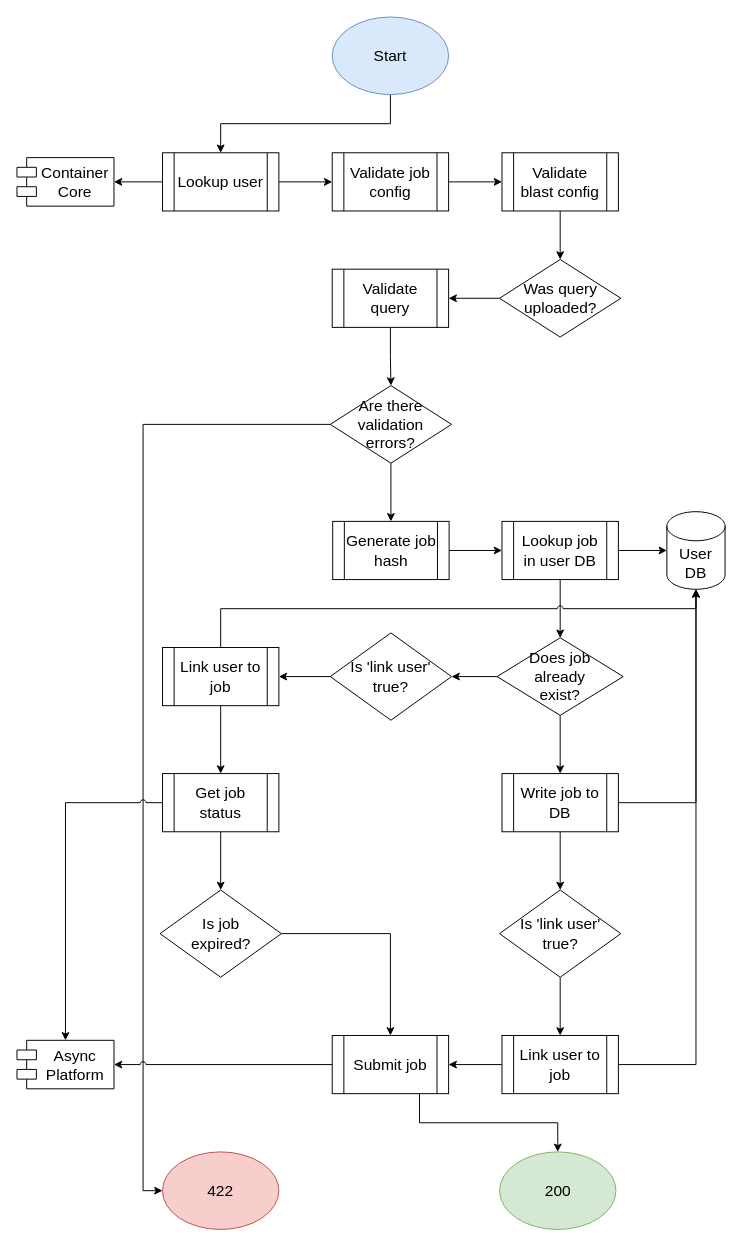
This is docs/design/2.0/graphs/draw.io/create-query-job.drawio from VEuPathDB/service-multi-blast, a draw.io file, before an edit. Source tidied: cells renumbered, new cells numbered last; positions are measured from the earlier drawing's top-left corner, leaving out a move shared by most shapes. Both pictures are drawn from the tidied source at 97%, with x=0, y=0 at pixel (16, 16).
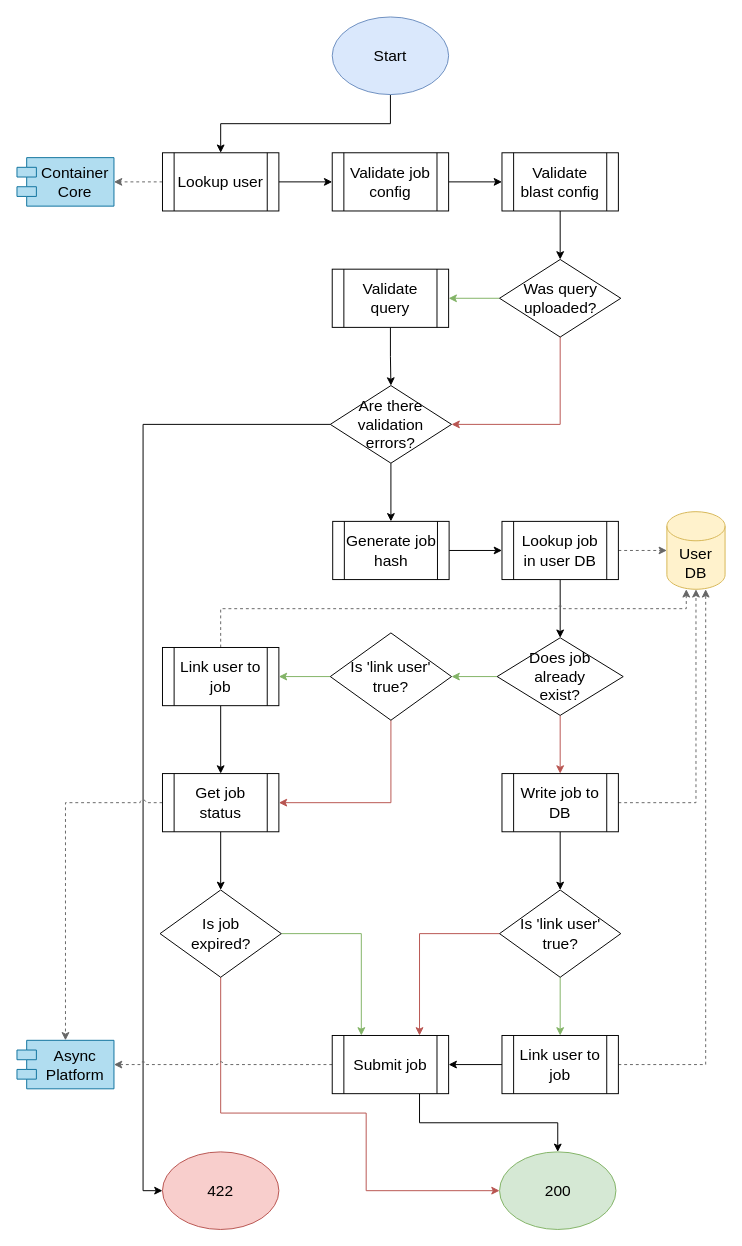
Above is the later version.

Unchanged cells that the change refers to:
```xml
<mxCell id="7" value="Lookup user" style="shape=process;whiteSpace=wrap;html=1;backgroundOutline=1;fontSize=16;" parent="1" vertex="1">
  <mxGeometry x="150" y="140" width="120" height="60" as="geometry" />
</mxCell>
<mxCell id="13" value="Was query uploaded?" style="rhombus;whiteSpace=wrap;html=1;fontSize=16;" parent="1" vertex="1">
  <mxGeometry x="497.5" y="250" width="125" height="80" as="geometry" />
</mxCell>
<mxCell id="15" value="Validate&lt;br&gt;query" style="shape=process;whiteSpace=wrap;html=1;backgroundOutline=1;fontSize=16;" parent="1" vertex="1">
  <mxGeometry x="325" y="260" width="120" height="60" as="geometry" />
</mxCell>
<mxCell id="17" value="Are there validation&lt;br&gt;errors?" style="rhombus;whiteSpace=wrap;html=1;fontSize=16;" parent="1" vertex="1">
  <mxGeometry x="323" y="380" width="125" height="80" as="geometry" />
</mxCell>
<mxCell id="22" value="Lookup job in user DB" style="shape=process;whiteSpace=wrap;html=1;backgroundOutline=1;fontSize=16;" parent="1" vertex="1">
  <mxGeometry x="500" y="520" width="120" height="60" as="geometry" />
</mxCell>
<mxCell id="25" value="Is 'link user' true?" style="rhombus;whiteSpace=wrap;html=1;fontSize=16;" parent="1" vertex="1">
  <mxGeometry x="323" y="635" width="125" height="90" as="geometry" />
</mxCell>
<mxCell id="28" value="Does job&lt;br&gt;already&lt;br&gt;exist?" style="rhombus;whiteSpace=wrap;html=1;fontSize=16;" parent="1" vertex="1">
  <mxGeometry x="495" y="640" width="130" height="80" as="geometry" />
</mxCell>
<mxCell id="31" value="Link user to job" style="shape=process;whiteSpace=wrap;html=1;backgroundOutline=1;fontSize=16;" parent="1" vertex="1">
  <mxGeometry x="150" y="650" width="120" height="60" as="geometry" />
</mxCell>
<mxCell id="34" value="Get job status" style="shape=process;whiteSpace=wrap;html=1;backgroundOutline=1;fontSize=16;" parent="1" vertex="1">
  <mxGeometry x="150" y="780" width="120" height="60" as="geometry" />
</mxCell>
<mxCell id="36" value="Is job&lt;br&gt;expired?" style="rhombus;whiteSpace=wrap;html=1;fontSize=16;" parent="1" vertex="1">
  <mxGeometry x="147.5" y="900" width="125" height="90" as="geometry" />
</mxCell>
<mxCell id="39" value="Write job to DB" style="shape=process;whiteSpace=wrap;html=1;backgroundOutline=1;fontSize=16;" parent="1" vertex="1">
  <mxGeometry x="500" y="780" width="120" height="60" as="geometry" />
</mxCell>
<mxCell id="41" value="Is 'link user' true?" style="rhombus;whiteSpace=wrap;html=1;fontSize=16;" parent="1" vertex="1">
  <mxGeometry x="497.5" y="900" width="125" height="90" as="geometry" />
</mxCell>
<mxCell id="44" value="Link user to job" style="shape=process;whiteSpace=wrap;html=1;backgroundOutline=1;fontSize=16;" parent="1" vertex="1">
  <mxGeometry x="500" y="1050" width="120" height="60" as="geometry" />
</mxCell>
<mxCell id="47" value="Submit job" style="shape=process;whiteSpace=wrap;html=1;backgroundOutline=1;fontSize=16;" parent="1" vertex="1">
  <mxGeometry x="325" y="1050" width="120" height="60" as="geometry" />
</mxCell>
<mxCell id="51" value="200" style="ellipse;whiteSpace=wrap;html=1;fontSize=16;fillColor=#d5e8d4;strokeColor=#82b366;" parent="1" vertex="1">
  <mxGeometry x="497.5" y="1170" width="120" height="80" as="geometry" />
</mxCell>
```

Diff of the diagram source:
```diff
@@
-    <mxCell id="6" style="edgeStyle=orthogonalEdgeStyle;rounded=0;jumpStyle=arc;jettySize=auto;html=1;exitX=0;exitY=0.5;exitDx=0;exitDy=0;entryX=1;entryY=0.5;entryDx=0;entryDy=0;fontSize=16;" parent="1" edge="1" source="7" target="48">
+    <mxCell id="6" style="edgeStyle=orthogonalEdgeStyle;rounded=0;jumpStyle=arc;jettySize=auto;html=1;exitX=0;exitY=0.5;exitDx=0;exitDy=0;entryX=1;entryY=0.5;entryDx=0;entryDy=0;fontSize=16;fillColor=#f5f5f5;strokeColor=#666666;dashed=1;" parent="1" edge="1" source="7" target="48">
       <mxGeometry relative="1" as="geometry" />
     </mxCell>
@@
-    <mxCell id="12" style="edgeStyle=orthogonalEdgeStyle;rounded=0;jettySize=auto;html=1;entryX=1;entryY=0.5;entryDx=0;entryDy=0;fontSize=16;" parent="1" edge="1" source="13" target="15">
+    <mxCell id="12" style="edgeStyle=orthogonalEdgeStyle;rounded=0;jettySize=auto;html=1;entryX=1;entryY=0.5;entryDx=0;entryDy=0;fontSize=16;fillColor=#d5e8d4;strokeColor=#82b366;" parent="1" edge="1" source="13" target="15">
       <mxGeometry relative="1" as="geometry" />
     </mxCell>
+    <mxCell id="52" style="edgeStyle=orthogonalEdgeStyle;rounded=0;jettySize=auto;html=1;entryX=1;entryY=0.5;entryDx=0;entryDy=0;fontSize=12;fillColor=#f8cecc;strokeColor=#b85450;" parent="1" edge="1" source="13" target="17">
+      <mxGeometry relative="1" as="geometry">
+        <Array as="points">
+          <mxPoint x="560" y="420" />
+        </Array>
+      </mxGeometry>
+    </mxCell>
@@
-    <mxCell id="20" style="edgeStyle=orthogonalEdgeStyle;rounded=0;jettySize=auto;html=1;exitX=1;exitY=0.5;exitDx=0;exitDy=0;entryX=0;entryY=0.5;entryDx=0;entryDy=0;entryPerimeter=0;fontSize=16;" parent="1" edge="1" source="22" target="23">
+    <mxCell id="20" style="edgeStyle=orthogonalEdgeStyle;rounded=0;jettySize=auto;html=1;exitX=1;exitY=0.5;exitDx=0;exitDy=0;entryX=0;entryY=0.5;entryDx=0;entryDy=0;entryPerimeter=0;fontSize=16;fillColor=#f5f5f5;strokeColor=#666666;dashed=1;" parent="1" edge="1" source="22" target="23">
       <mxGeometry relative="1" as="geometry" />
     </mxCell>
@@
-    <mxCell id="23" value="User DB" style="shape=cylinder3;whiteSpace=wrap;html=1;boundedLbl=1;backgroundOutline=1;size=15;fontSize=16;" parent="1" vertex="1">
+    <mxCell id="23" value="User DB" style="shape=cylinder3;whiteSpace=wrap;html=1;boundedLbl=1;backgroundOutline=1;size=15;fontSize=16;fillColor=#fff2cc;strokeColor=#d6b656;" parent="1" vertex="1">
       <mxGeometry x="670" y="510" width="60" height="80" as="geometry" />
     </mxCell>
-    <mxCell id="24" style="edgeStyle=orthogonalEdgeStyle;rounded=0;jettySize=auto;html=1;entryX=1;entryY=0.5;entryDx=0;entryDy=0;fontSize=16;" parent="1" edge="1" source="25" target="31">
+    <mxCell id="24" style="edgeStyle=orthogonalEdgeStyle;rounded=0;jettySize=auto;html=1;entryX=1;entryY=0.5;entryDx=0;entryDy=0;fontSize=16;fillColor=#d5e8d4;strokeColor=#82b366;" parent="1" edge="1" source="25" target="31">
       <mxGeometry relative="1" as="geometry" />
     </mxCell>
+    <mxCell id="53" style="edgeStyle=orthogonalEdgeStyle;rounded=0;jettySize=auto;html=1;exitX=0.5;exitY=1;exitDx=0;exitDy=0;entryX=1;entryY=0.5;entryDx=0;entryDy=0;fontSize=12;fillColor=#f8cecc;strokeColor=#b85450;" parent="1" edge="1" source="25" target="34">
+      <mxGeometry relative="1" as="geometry" />
+    </mxCell>
@@
-    <mxCell id="26" style="edgeStyle=orthogonalEdgeStyle;rounded=0;jettySize=auto;html=1;entryX=1;entryY=0.5;entryDx=0;entryDy=0;fontSize=16;" parent="1" edge="1" source="28" target="25">
+    <mxCell id="26" style="edgeStyle=orthogonalEdgeStyle;rounded=0;jettySize=auto;html=1;entryX=1;entryY=0.5;entryDx=0;entryDy=0;fontSize=16;fillColor=#d5e8d4;strokeColor=#82b366;" parent="1" edge="1" source="28" target="25">
       <mxGeometry relative="1" as="geometry" />
     </mxCell>
-    <mxCell id="27" style="edgeStyle=orthogonalEdgeStyle;rounded=0;jumpStyle=arc;jettySize=auto;html=1;exitX=0.5;exitY=1;exitDx=0;exitDy=0;entryX=0.5;entryY=0;entryDx=0;entryDy=0;fontSize=16;" parent="1" edge="1" source="28" target="39">
+    <mxCell id="27" style="edgeStyle=orthogonalEdgeStyle;rounded=0;jumpStyle=arc;jettySize=auto;html=1;exitX=0.5;exitY=1;exitDx=0;exitDy=0;entryX=0.5;entryY=0;entryDx=0;entryDy=0;fontSize=16;fillColor=#f8cecc;strokeColor=#b85450;" parent="1" edge="1" source="28" target="39">
       <mxGeometry relative="1" as="geometry" />
     </mxCell>
@@
-    <mxCell id="29" style="edgeStyle=orthogonalEdgeStyle;rounded=0;jettySize=auto;html=1;exitX=0.5;exitY=0;exitDx=0;exitDy=0;entryX=0.5;entryY=1;entryDx=0;entryDy=0;entryPerimeter=0;fontSize=16;jumpStyle=arc;" parent="1" edge="1" source="31" target="23">
+    <mxCell id="29" style="edgeStyle=orthogonalEdgeStyle;rounded=0;jettySize=auto;html=1;exitX=0.5;exitY=0;exitDx=0;exitDy=0;fontSize=16;jumpStyle=arc;fillColor=#f5f5f5;strokeColor=#666666;dashed=1;" parent="1" edge="1" source="31">
       <mxGeometry relative="1" as="geometry">
+        <mxPoint x="690" y="590" as="targetPoint" />
         <Array as="points">
           <mxPoint x="210" y="610" />
-          <mxPoint x="700" y="610" />
+          <mxPoint x="690" y="610" />
+          <mxPoint x="690" y="590" />
         </Array>
       </mxGeometry>
     </mxCell>
@@
-    <mxCell id="33" style="edgeStyle=orthogonalEdgeStyle;rounded=0;jumpStyle=arc;jettySize=auto;html=1;exitX=0;exitY=0.5;exitDx=0;exitDy=0;entryX=0.5;entryY=0;entryDx=0;entryDy=0;fontSize=16;" parent="1" edge="1" source="34" target="49">
+    <mxCell id="33" style="edgeStyle=orthogonalEdgeStyle;rounded=0;jumpStyle=arc;jettySize=auto;html=1;exitX=0;exitY=0.5;exitDx=0;exitDy=0;entryX=0.5;entryY=0;entryDx=0;entryDy=0;fontSize=16;fillColor=#f5f5f5;strokeColor=#666666;dashed=1;" parent="1" edge="1" source="34" target="49">
       <mxGeometry relative="1" as="geometry" />
     </mxCell>
@@
-    <mxCell id="35" style="edgeStyle=orthogonalEdgeStyle;rounded=0;jumpStyle=arc;jettySize=auto;html=1;exitX=1;exitY=0.5;exitDx=0;exitDy=0;entryX=0.5;entryY=0;entryDx=0;entryDy=0;fontSize=16;" parent="1" edge="1" source="36" target="47">
+    <mxCell id="35" style="edgeStyle=orthogonalEdgeStyle;rounded=0;jumpStyle=arc;jettySize=auto;html=1;exitX=1;exitY=0.5;exitDx=0;exitDy=0;entryX=0.25;entryY=0;entryDx=0;entryDy=0;fontSize=16;fillColor=#d5e8d4;strokeColor=#82b366;" parent="1" edge="1" source="36" target="47">
       <mxGeometry relative="1" as="geometry" />
     </mxCell>
+    <mxCell id="54" style="edgeStyle=orthogonalEdgeStyle;rounded=0;jettySize=auto;html=1;exitX=0.5;exitY=1;exitDx=0;exitDy=0;entryX=0;entryY=0.5;entryDx=0;entryDy=0;fontSize=12;fillColor=#f8cecc;strokeColor=#b85450;" parent="1" edge="1" source="36" target="51">
+      <mxGeometry relative="1" as="geometry">
+        <Array as="points">
+          <mxPoint x="210" y="1130" />
+          <mxPoint x="360" y="1130" />
+          <mxPoint x="360" y="1210" />
+        </Array>
+      </mxGeometry>
+    </mxCell>
@@
-    <mxCell id="37" style="edgeStyle=orthogonalEdgeStyle;rounded=0;jumpStyle=arc;jettySize=auto;html=1;exitX=1;exitY=0.5;exitDx=0;exitDy=0;entryX=0.5;entryY=1;entryDx=0;entryDy=0;entryPerimeter=0;fontSize=16;" parent="1" edge="1" source="39" target="23">
+    <mxCell id="37" style="edgeStyle=orthogonalEdgeStyle;rounded=0;jumpStyle=arc;jettySize=auto;html=1;exitX=1;exitY=0.5;exitDx=0;exitDy=0;entryX=0.5;entryY=1;entryDx=0;entryDy=0;entryPerimeter=0;fontSize=16;fillColor=#f5f5f5;strokeColor=#666666;dashed=1;" parent="1" edge="1" source="39" target="23">
       <mxGeometry relative="1" as="geometry" />
     </mxCell>
@@
-    <mxCell id="40" style="edgeStyle=orthogonalEdgeStyle;rounded=0;jumpStyle=arc;jettySize=auto;html=1;exitX=0.5;exitY=1;exitDx=0;exitDy=0;entryX=0.5;entryY=0;entryDx=0;entryDy=0;fontSize=16;" parent="1" edge="1" source="41" target="44">
+    <mxCell id="40" style="edgeStyle=orthogonalEdgeStyle;rounded=0;jumpStyle=arc;jettySize=auto;html=1;exitX=0.5;exitY=1;exitDx=0;exitDy=0;entryX=0.5;entryY=0;entryDx=0;entryDy=0;fontSize=16;fillColor=#d5e8d4;strokeColor=#82b366;" parent="1" edge="1" source="41" target="44">
       <mxGeometry relative="1" as="geometry" />
     </mxCell>
+    <mxCell id="55" style="edgeStyle=orthogonalEdgeStyle;rounded=0;jettySize=auto;html=1;entryX=0.75;entryY=0;entryDx=0;entryDy=0;fontSize=12;fillColor=#f8cecc;strokeColor=#b85450;" parent="1" edge="1" source="41" target="47">
+      <mxGeometry relative="1" as="geometry" />
+    </mxCell>
@@
-    <mxCell id="42" style="edgeStyle=orthogonalEdgeStyle;rounded=0;jumpStyle=arc;jettySize=auto;html=1;exitX=1;exitY=0.5;exitDx=0;exitDy=0;entryX=0.5;entryY=1;entryDx=0;entryDy=0;entryPerimeter=0;fontSize=16;" parent="1" edge="1" source="44" target="23">
+    <mxCell id="42" style="edgeStyle=orthogonalEdgeStyle;rounded=0;jumpStyle=arc;jettySize=auto;html=1;exitX=1;exitY=0.5;exitDx=0;exitDy=0;entryX=0.667;entryY=1;entryDx=0;entryDy=0;entryPerimeter=0;fontSize=16;fillColor=#f5f5f5;strokeColor=#666666;dashed=1;" parent="1" edge="1" source="44" target="23">
       <mxGeometry relative="1" as="geometry" />
     </mxCell>
@@
-    <mxCell id="45" style="edgeStyle=orthogonalEdgeStyle;rounded=0;jumpStyle=arc;jettySize=auto;html=1;exitX=0;exitY=0.5;exitDx=0;exitDy=0;entryX=1;entryY=0.5;entryDx=0;entryDy=0;fontSize=16;" parent="1" edge="1" source="47" target="49">
+    <mxCell id="45" style="edgeStyle=orthogonalEdgeStyle;rounded=0;jumpStyle=arc;jettySize=auto;html=1;exitX=0;exitY=0.5;exitDx=0;exitDy=0;entryX=1;entryY=0.5;entryDx=0;entryDy=0;fontSize=16;fillColor=#f5f5f5;strokeColor=#666666;dashed=1;" parent="1" edge="1" source="47" target="49">
       <mxGeometry relative="1" as="geometry" />
     </mxCell>
@@
-    <mxCell id="48" value="Container&#10;Core" style="shape=module;align=left;spacingLeft=20;align=center;verticalAlign=top;fontSize=16;" parent="1" vertex="1">
+    <mxCell id="48" value="Container&#10;Core" style="shape=module;align=left;spacingLeft=20;align=center;verticalAlign=top;fontSize=16;fillColor=#b1ddf0;strokeColor=#10739e;" parent="1" vertex="1">
       <mxGeometry y="145" width="100" height="50" as="geometry" />
     </mxCell>
-    <mxCell id="49" value="Async&#10;Platform" style="shape=module;align=left;spacingLeft=20;align=center;verticalAlign=top;fontSize=16;" parent="1" vertex="1">
+    <mxCell id="49" value="Async&#10;Platform" style="shape=module;align=left;spacingLeft=20;align=center;verticalAlign=top;fontSize=16;fillColor=#b1ddf0;strokeColor=#10739e;" parent="1" vertex="1">
       <mxGeometry y="1055" width="100" height="50" as="geometry" />
     </mxCell>
```
